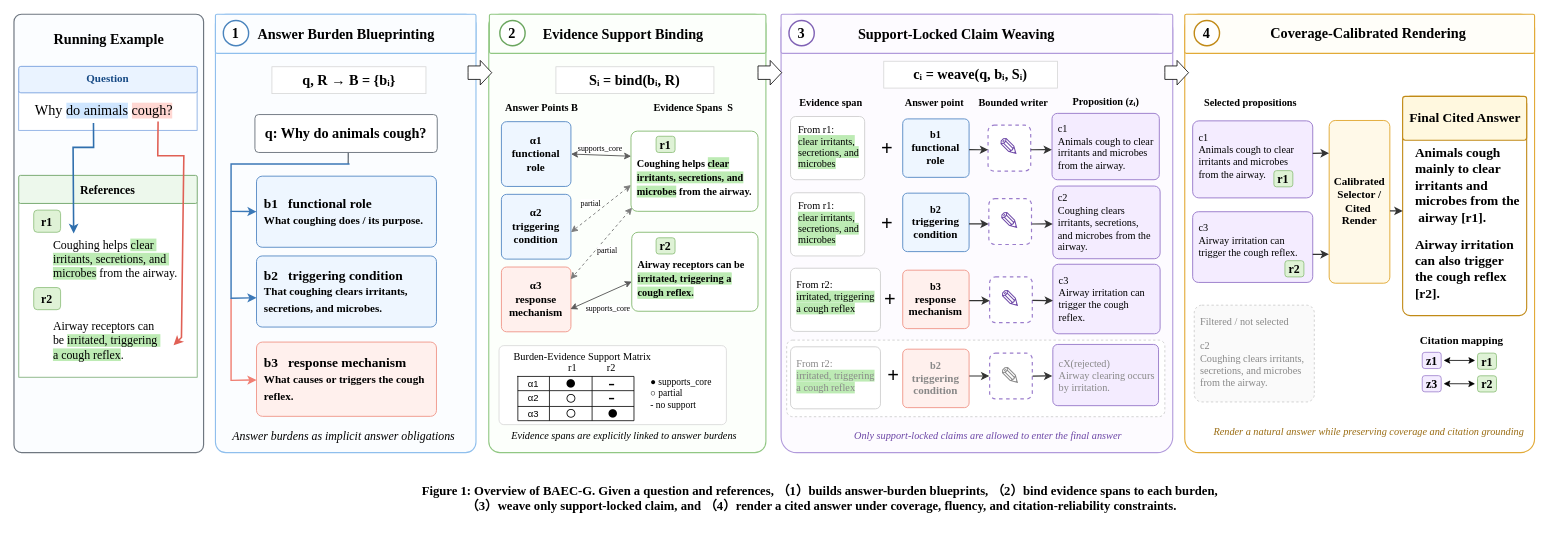
handsome-tony/picture keeps this draw.io diagram as page "图1 逻辑框架图" (1 of 6) of 260814小论文逻辑框架图.drawio. Above is the earlier version. Source tidied: cells renumbered, new cells numbered last; positions are measured from the earlier drawing's top-left corner, leaving out a move shared by most shapes. Both pictures are drawn from the tidied source at 79%, with x=0, y=0 at pixel (13, 13).
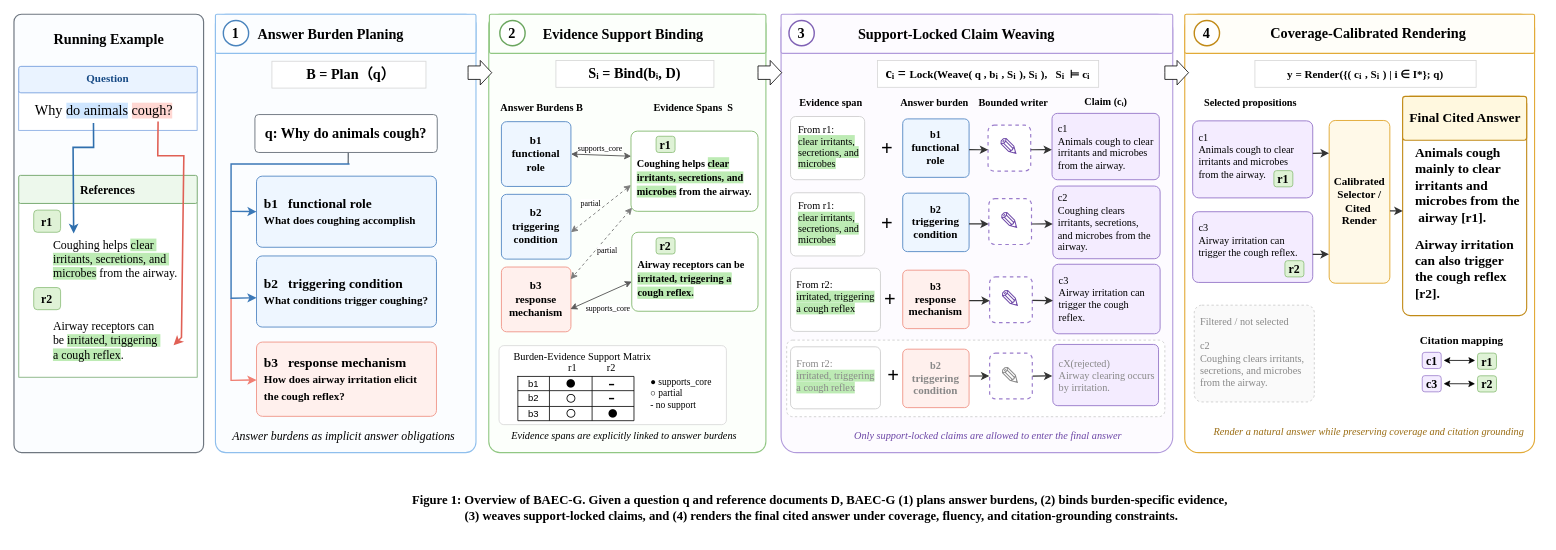
After the change.

Commit message:
更新260814小论文逻辑框架图.drawio

The change refers to these unchanged cells:
```xml
<mxCell id="100" style="shape=tableRow;horizontal=0;startSize=0;swimlaneHead=0;swimlaneBody=0;strokeColor=inherit;top=0;left=0;bottom=0;right=0;fillColor=none;fixedHeader=1;" parent="99" vertex="1">
  <mxGeometry width="147" height="18" as="geometry" />
</mxCell>
<mxCell id="104" style="shape=tableRow;horizontal=0;startSize=0;swimlaneHead=0;swimlaneBody=0;strokeColor=inherit;top=0;left=0;bottom=0;right=0;fillColor=none;fixedHeader=1;" parent="99" vertex="1">
  <mxGeometry y="18" width="147" height="20" as="geometry" />
</mxCell>
<mxCell id="108" style="shape=tableRow;horizontal=0;startSize=0;swimlaneHead=0;swimlaneBody=0;strokeColor=inherit;top=0;left=0;bottom=0;right=0;fillColor=none;fixedHeader=1;" parent="99" vertex="1">
  <mxGeometry y="38" width="147" height="18" as="geometry" />
</mxCell>
```

What changed in the source:
```diff
@@
-    <mxCell id="22" value="&lt;span style=&quot;background-color: transparent; color: light-dark(rgb(0, 0, 0), rgb(255, 255, 255));&quot;&gt;Answer Burden Blueprinting&lt;/span&gt;" style="text;html=1;strokeColor=none;fillColor=none;align=left;verticalAlign=middle;fontFamily=Times New Roman;fontSize=18;fontStyle=1;" parent="1" vertex="1">
+    <mxCell id="22" value="&lt;span style=&quot;background-color: transparent; color: light-dark(rgb(0, 0, 0), rgb(255, 255, 255));&quot;&gt;Answer Burden Planing&lt;/span&gt;" style="text;html=1;strokeColor=none;fillColor=none;align=left;verticalAlign=middle;fontFamily=Times New Roman;fontSize=18;fontStyle=1;" parent="1" vertex="1">
       <mxGeometry x="307.2" y="10.5" width="280" height="30" as="geometry" />
     </mxCell>
-    <mxCell id="23" value="q, R → B = {bᵢ}" style="rounded=0;whiteSpace=wrap;html=1;fillColor=#ffffff;strokeColor=#d6d6d6;fontFamily=Times New Roman;fontSize=18;fontStyle=1;" parent="1" vertex="1">
-      <mxGeometry x="326.7" y="67" width="195" height="34" as="geometry" />
+    <mxCell id="23" value="&amp;nbsp;B = Plan（q）" style="rounded=0;whiteSpace=wrap;html=1;fillColor=#ffffff;strokeColor=#d6d6d6;fontFamily=Times New Roman;fontSize=18;fontStyle=1;" parent="1" vertex="1">
+      <mxGeometry x="326.7" y="60" width="195" height="34" as="geometry" />
     </mxCell>
@@
-    <mxCell id="25" value="b1&amp;nbsp;&amp;nbsp; functional role&lt;br&gt;&lt;font style=&quot;font-size:14px&quot;&gt;What coughing does / its purpose.&lt;/font&gt;" style="rounded=1;whiteSpace=wrap;html=1;arcSize=8;fillColor=#eef6ff;strokeColor=#5d8ec7;strokeWidth=1.2;align=left;verticalAlign=middle;fontFamily=Times New Roman;fontSize=17;fontStyle=1;spacing=10;" parent="1" vertex="1">
+    <mxCell id="25" value="b1&amp;nbsp;&amp;nbsp; functional role&lt;br&gt;&lt;font style=&quot;font-size:14px&quot;&gt;What does coughing accomplish&lt;/font&gt;" style="rounded=1;whiteSpace=wrap;html=1;arcSize=8;fillColor=#eef6ff;strokeColor=#5d8ec7;strokeWidth=1.2;align=left;verticalAlign=middle;fontFamily=Times New Roman;fontSize=17;fontStyle=1;spacing=10;" parent="1" vertex="1">
       <mxGeometry x="307.2" y="205.5" width="227.8" height="90" as="geometry" />
     </mxCell>
-    <mxCell id="26" value="b2&amp;nbsp; &amp;nbsp;triggering condition&lt;br&gt;&lt;font style=&quot;font-size:14px&quot;&gt;That coughing clears irritants, secretions, and microbes.&lt;/font&gt;" style="rounded=1;whiteSpace=wrap;html=1;arcSize=8;fillColor=#eef6ff;strokeColor=#5d8ec7;strokeWidth=1.2;align=left;verticalAlign=middle;fontFamily=Times New Roman;fontSize=17;fontStyle=1;spacing=10;" parent="1" vertex="1">
+    <mxCell id="26" value="b2&amp;nbsp; &amp;nbsp;triggering condition&lt;br&gt;&lt;font style=&quot;font-size:14px&quot;&gt;What conditions trigger coughing?&lt;/font&gt;" style="rounded=1;whiteSpace=wrap;html=1;arcSize=8;fillColor=#eef6ff;strokeColor=#5d8ec7;strokeWidth=1.2;align=left;verticalAlign=middle;fontFamily=Times New Roman;fontSize=17;fontStyle=1;spacing=10;" parent="1" vertex="1">
       <mxGeometry x="307.2" y="306.5" width="227.8" height="90" as="geometry" />
     </mxCell>
-    <mxCell id="27" value="b3&amp;nbsp; &amp;nbsp;response mechanism&lt;br&gt;&lt;font style=&quot;font-size:14px&quot;&gt;What causes or triggers the cough reflex.&lt;/font&gt;" style="rounded=1;whiteSpace=wrap;html=1;arcSize=8;fillColor=#fff0ed;strokeColor=#f19a8d;strokeWidth=1.2;align=left;verticalAlign=middle;fontFamily=Times New Roman;fontSize=17;fontStyle=1;spacing=10;" parent="1" vertex="1">
+    <mxCell id="27" value="b3&amp;nbsp; &amp;nbsp;response mechanism&lt;br&gt;&lt;font style=&quot;font-size:14px&quot;&gt;How does airway irritation elicit the cough reflex?&lt;/font&gt;" style="rounded=1;whiteSpace=wrap;html=1;arcSize=8;fillColor=#fff0ed;strokeColor=#f19a8d;strokeWidth=1.2;align=left;verticalAlign=middle;fontFamily=Times New Roman;fontSize=17;fontStyle=1;spacing=10;" parent="1" vertex="1">
       <mxGeometry x="307.2" y="415.5" width="227.8" height="94" as="geometry" />
     </mxCell>
@@
-    <mxCell id="34" value="Sᵢ = bind(bᵢ, R)" style="rounded=0;whiteSpace=wrap;html=1;fillColor=#ffffff;strokeColor=#d6d6d6;fontFamily=Times New Roman;fontSize=18;fontStyle=1;" parent="1" vertex="1">
-      <mxGeometry x="686.2" y="67" width="200" height="34" as="geometry" />
+    <mxCell id="34" value="Sᵢ = Bind(bᵢ, D)" style="rounded=0;whiteSpace=wrap;html=1;fillColor=#ffffff;strokeColor=#d6d6d6;fontFamily=Times New Roman;fontSize=18;fontStyle=1;" parent="1" vertex="1">
+      <mxGeometry x="686.2" y="59" width="200" height="34" as="geometry" />
     </mxCell>
-    <mxCell id="35" value="Answer Points B" style="text;html=1;strokeColor=none;fillColor=none;align=center;verticalAlign=middle;fontFamily=Times New Roman;fontSize=13;fontStyle=1;" parent="1" vertex="1">
+    <mxCell id="35" value="Answer Burdens B" style="text;html=1;strokeColor=none;fillColor=none;align=center;verticalAlign=middle;fontFamily=Times New Roman;fontSize=13;fontStyle=1;" parent="1" vertex="1">
       <mxGeometry x="615.2" y="106.5" width="105" height="24" as="geometry" />
     </mxCell>
@@
-    <mxCell id="37" value="α1&lt;br&gt;functional role" style="rounded=1;whiteSpace=wrap;html=1;arcSize=8;fillColor=#eef6ff;strokeColor=#5d8ec7;strokeWidth=1.2;fontFamily=Times New Roman;fontSize=14;fontStyle=1;" parent="1" vertex="1">
+    <mxCell id="37" value="b1&lt;br&gt;functional role" style="rounded=1;whiteSpace=wrap;html=1;arcSize=8;fillColor=#eef6ff;strokeColor=#5d8ec7;strokeWidth=1.2;fontFamily=Times New Roman;fontSize=14;fontStyle=1;" parent="1" vertex="1">
       <mxGeometry x="617.2" y="136.5" width="88" height="82" as="geometry" />
     </mxCell>
-    <mxCell id="38" value="α2&lt;br&gt;triggering condition" style="rounded=1;whiteSpace=wrap;html=1;arcSize=8;fillColor=#eef6ff;strokeColor=#5d8ec7;strokeWidth=1.2;fontFamily=Times New Roman;fontSize=14;fontStyle=1;" parent="1" vertex="1">
+    <mxCell id="38" value="b2&lt;br&gt;triggering condition" style="rounded=1;whiteSpace=wrap;html=1;arcSize=8;fillColor=#eef6ff;strokeColor=#5d8ec7;strokeWidth=1.2;fontFamily=Times New Roman;fontSize=14;fontStyle=1;" parent="1" vertex="1">
       <mxGeometry x="617.2" y="228.5" width="88" height="82" as="geometry" />
     </mxCell>
-    <mxCell id="39" value="α3&lt;br&gt;response&lt;br&gt;mechanism" style="rounded=1;whiteSpace=wrap;html=1;arcSize=8;fillColor=#fff0ed;strokeColor=#f19a8d;strokeWidth=1.2;fontFamily=Times New Roman;fontSize=14;fontStyle=1;" parent="1" vertex="1">
+    <mxCell id="39" value="b3&lt;br&gt;response&lt;br&gt;mechanism" style="rounded=1;whiteSpace=wrap;html=1;arcSize=8;fillColor=#fff0ed;strokeColor=#f19a8d;strokeWidth=1.2;fontFamily=Times New Roman;fontSize=14;fontStyle=1;" parent="1" vertex="1">
       <mxGeometry x="617.2" y="320.5" width="88" height="82" as="geometry" />
     </mxCell>
@@
-    <mxCell id="51" value="cᵢ = weave(q, bᵢ, Sᵢ)" style="rounded=0;whiteSpace=wrap;html=1;fillColor=#ffffff;strokeColor=#d6d6d6;fontFamily=Times New Roman;fontSize=18;fontStyle=1;" parent="1" vertex="1">
-      <mxGeometry x="1101.2" y="60" width="220" height="34" as="geometry" />
+    <mxCell id="51" value="cᵢ = &lt;span style=&quot;font-size: 14px; text-align: left; white-space: pre-wrap; background-color: transparent; color: light-dark(rgb(0, 0, 0), rgb(255, 255, 255));&quot;&gt;Lock(Weave( q , b&lt;/span&gt;ᵢ&amp;nbsp;&lt;span style=&quot;font-size: 14px; text-align: left; white-space: pre-wrap; background-color: transparent; color: light-dark(rgb(0, 0, 0), rgb(255, 255, 255));&quot;&gt;, S&lt;/span&gt;ᵢ&amp;nbsp;&lt;span style=&quot;font-size: 14px; text-align: left; white-space: pre-wrap; background-color: transparent; color: light-dark(rgb(0, 0, 0), rgb(255, 255, 255));&quot;&gt;), &lt;/span&gt;&lt;span style=&quot;color: light-dark(rgb(0, 0, 0), rgb(255, 255, 255)); white-space: pre-wrap; background-color: transparent; font-size: 14px; text-align: left;&quot;&gt;S&lt;/span&gt;ᵢ&amp;nbsp;&lt;span style=&quot;font-size: 14px; text-align: left; white-space: pre-wrap; background-color: transparent; color: light-dark(rgb(0, 0, 0), rgb(255, 255, 255));&quot;&gt;),   &lt;/span&gt;&lt;span style=&quot;color: light-dark(rgb(0, 0, 0), rgb(255, 255, 255)); white-space: pre-wrap; background-color: transparent; font-size: 14px; text-align: left;&quot;&gt;S&lt;/span&gt;ᵢ&lt;span style=&quot;font-size: 14px; text-align: left; white-space: pre-wrap; background-color: transparent; color: light-dark(rgb(0, 0, 0), rgb(255, 255, 255));&quot;&gt;  ⊨ c&lt;/span&gt;ᵢ" style="rounded=0;whiteSpace=wrap;html=1;fillColor=#ffffff;strokeColor=#d6d6d6;fontFamily=Times New Roman;fontSize=18;fontStyle=1;" parent="1" vertex="1">
+      <mxGeometry x="1093.2" y="59" width="280" height="34" as="geometry" />
     </mxCell>
@@
-    <mxCell id="53" value="Answer point" style="text;html=1;strokeColor=none;fillColor=none;align=center;verticalAlign=middle;fontFamily=Times New Roman;fontSize=13;fontStyle=1;" parent="1" vertex="1">
+    <mxCell id="53" value="Answer burden" style="text;html=1;strokeColor=none;fillColor=none;align=center;verticalAlign=middle;fontFamily=Times New Roman;fontSize=13;fontStyle=1;" parent="1" vertex="1">
       <mxGeometry x="1115.2" y="101" width="100" height="22" as="geometry" />
     </mxCell>
@@
-    <mxCell id="55" value="Proposition (zᵢ)" style="text;html=1;strokeColor=none;fillColor=none;align=center;verticalAlign=middle;fontFamily=Times New Roman;fontSize=13;fontStyle=1;" parent="1" vertex="1">
+    <mxCell id="55" value="Claim (cᵢ)" style="text;html=1;strokeColor=none;fillColor=none;align=center;verticalAlign=middle;fontFamily=Times New Roman;fontSize=13;fontStyle=1;" parent="1" vertex="1">
       <mxGeometry x="1307.1" y="100" width="150" height="22" as="geometry" />
     </mxCell>
@@
-    <mxCell id="91" value="Figure 1: Overview of BAEC-G. Given a question and references, （1）builds answer-burden blueprints, （2）bind evidence spans to each burden,&amp;nbsp;&lt;div&gt;（3）weave only support-locked claim, and （4）render a cited answer under coverage, fluency, and citation-reliability constraints.&lt;/div&gt;" style="text;html=1;strokeColor=none;fillColor=none;align=center;verticalAlign=middle;fontFamily=Times New Roman;fontSize=16;fontStyle=1;" parent="1" vertex="1">
-      <mxGeometry x="422.2" y="587.5" width="1200" height="50" as="geometry" />
+    <mxCell id="91" value="Figure 1: Overview of BAEC-G. Given a question q and reference documents D, BAEC-G (1) plans answer burdens, (2) binds burden-specific evidence,&amp;nbsp;&lt;div&gt;(3) weaves support-locked claims, and (4) renders the final cited answer under coverage, fluency, and citation-grounding constraints.&lt;/div&gt;" style="text;html=1;strokeColor=none;fillColor=none;align=center;verticalAlign=middle;fontFamily=Times New Roman;fontSize=16;fontStyle=1;" parent="1" vertex="1">
+      <mxGeometry x="422.2" y="587.5" width="1200" height="74" as="geometry" />
     </mxCell>
@@
-    <mxCell id="101" value="α1" style="shape=partialRectangle;html=1;whiteSpace=wrap;strokeColor=inherit;overflow=hidden;fillColor=none;top=0;left=0;bottom=0;right=0;" parent="100" vertex="1">
+    <mxCell id="101" value="b1" style="shape=partialRectangle;html=1;whiteSpace=wrap;strokeColor=inherit;overflow=hidden;fillColor=none;top=0;left=0;bottom=0;right=0;" parent="100" vertex="1">
       <mxGeometry width="40" height="18" as="geometry" />
     </mxCell>
@@
-    <mxCell id="105" value="α2" style="shape=partialRectangle;html=1;whiteSpace=wrap;strokeColor=inherit;overflow=hidden;fillColor=none;top=0;left=0;bottom=0;right=0;" parent="104" vertex="1">
+    <mxCell id="105" value="b2" style="shape=partialRectangle;html=1;whiteSpace=wrap;strokeColor=inherit;overflow=hidden;fillColor=none;top=0;left=0;bottom=0;right=0;" parent="104" vertex="1">
       <mxGeometry width="40" height="20" as="geometry" />
     </mxCell>
@@
-    <mxCell id="109" value="α3" style="shape=partialRectangle;html=1;whiteSpace=wrap;strokeColor=inherit;overflow=hidden;fillColor=none;top=0;left=0;bottom=0;right=0;" parent="108" vertex="1">
+    <mxCell id="109" value="b3" style="shape=partialRectangle;html=1;whiteSpace=wrap;strokeColor=inherit;overflow=hidden;fillColor=none;top=0;left=0;bottom=0;right=0;" parent="108" vertex="1">
       <mxGeometry width="40" height="18" as="geometry" />
     </mxCell>
@@
-    <mxCell id="131" value="z1" style="rounded=1;whiteSpace=wrap;html=1;arcSize=16;fillColor=#F4ECFF;strokeColor=#9B7DCC;fontFamily=Times New Roman;fontSize=15;fontStyle=1;" parent="1" vertex="1">
+    <mxCell id="131" value="c1" style="rounded=1;whiteSpace=wrap;html=1;arcSize=16;fillColor=#F4ECFF;strokeColor=#9B7DCC;fontFamily=Times New Roman;fontSize=15;fontStyle=1;" parent="1" vertex="1">
       <mxGeometry x="1782.8" y="428.5" width="24" height="20.5" as="geometry" />
     </mxCell>
-    <mxCell id="132" value="z3" style="rounded=1;whiteSpace=wrap;html=1;arcSize=16;fillColor=#F4ECFF;strokeColor=#9B7DCC;fontFamily=Times New Roman;fontSize=15;fontStyle=1;" parent="1" vertex="1">
+    <mxCell id="132" value="c3" style="rounded=1;whiteSpace=wrap;html=1;arcSize=16;fillColor=#F4ECFF;strokeColor=#9B7DCC;fontFamily=Times New Roman;fontSize=15;fontStyle=1;" parent="1" vertex="1">
       <mxGeometry x="1782.8" y="458" width="24" height="20.5" as="geometry" />
     </mxCell>
@@
+    <mxCell id="147" value="&lt;article&gt;&lt;div style=&quot;white-space:pre-wrap;line-height:1.75;font-size:14px;text-align:left;&quot;&gt;y = Render({( &lt;span style=&quot;white-space: normal&quot;&gt;&lt;span style=&quot;background-color: transparent; color: light-dark(rgb(0, 0, 0), rgb(255, 255, 255));&quot;&gt;c&lt;/span&gt;&lt;/span&gt;&lt;span style=&quot;background-color: transparent; color: light-dark(rgb(0, 0, 0), rgb(255, 255, 255)); font-size: 18px; text-align: center; white-space: normal;&quot;&gt;ᵢ&amp;nbsp;&lt;/span&gt;&lt;span style=&quot;white-space: normal&quot;&gt;&lt;span style=&quot;background-color: transparent; color: light-dark(rgb(0, 0, 0), rgb(255, 255, 255));&quot;&gt;,&amp;nbsp;&lt;/span&gt;&lt;/span&gt;&lt;span style=&quot;white-space: normal&quot;&gt;&lt;span style=&quot;background-color: transparent; color: light-dark(rgb(0, 0, 0), rgb(255, 255, 255));&quot;&gt;S&lt;/span&gt;&lt;/span&gt;&lt;span style=&quot;background-color: transparent; color: light-dark(rgb(0, 0, 0), rgb(255, 255, 255)); font-size: 18px; text-align: center; white-space: normal;&quot;&gt;ᵢ&amp;nbsp;&lt;/span&gt;&lt;span style=&quot;background-color: transparent; color: light-dark(rgb(0, 0, 0), rgb(255, 255, 255)); white-space: normal;&quot;&gt;) | i ∈ I*}; q)&lt;/span&gt;&lt;/div&gt;&lt;/article&gt;" style="rounded=0;whiteSpace=wrap;html=1;fillColor=#ffffff;strokeColor=#d6d6d6;fontFamily=Times New Roman;fontSize=18;fontStyle=1;" parent="1" vertex="1">
+      <mxGeometry x="1571" y="59" width="280" height="34" as="geometry" />
+    </mxCell>
```
